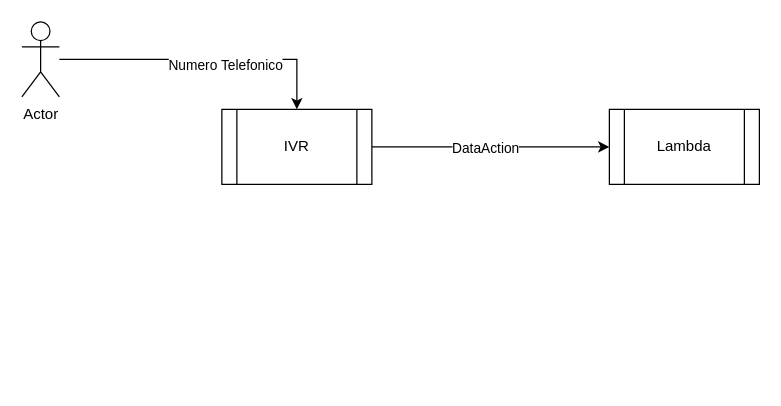
Above: Diagrama OSC.drawio in nonate/personalProject (draw.io), before the change. Source tidied: cells renumbered, new cells numbered last; positions are measured from the earlier drawing's top-left corner, leaving out a move shared by most shapes. Both pictures are drawn from the tidied source at 125%, with x=0, y=0 at pixel (21, 21).
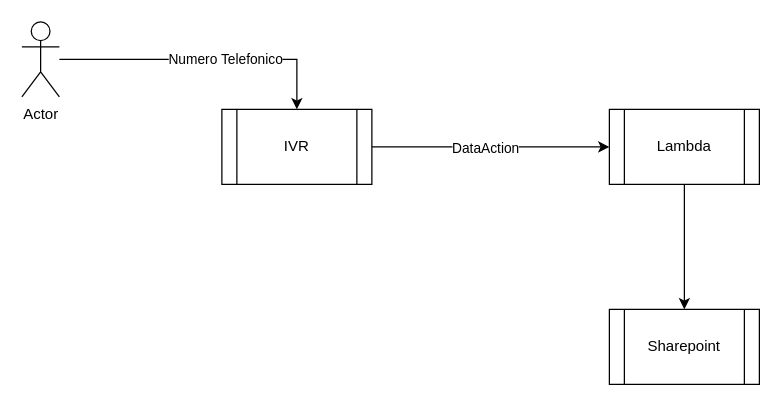
The same page after the edit.

The edit, as a diff of the source:
```diff
@@
 <mxGraphModel>
   <root>
     <mxCell id="0" />
     <mxCell id="1" parent="0" />
     <mxCell id="2" style="edgeStyle=orthogonalEdgeStyle;rounded=0;jettySize=auto;html=1;" parent="1" edge="1" source="4" target="8">
       <mxGeometry relative="1" as="geometry" />
     </mxCell>
     <mxCell id="3" value="DataAction" style="edgeLabel;html=1;align=center;verticalAlign=middle;" parent="2" vertex="1">
       <mxGeometry x="-0.2" y="-1" relative="1" as="geometry">
         <mxPoint x="14" y="-1" as="offset" />
       </mxGeometry>
     </mxCell>
     <mxCell id="4" value="IVR" style="shape=process;whiteSpace=wrap;html=1;backgroundOutline=1;" parent="1" vertex="1">
       <mxGeometry x="160" y="70" width="120" height="60" as="geometry" />
     </mxCell>
     <mxCell id="5" style="edgeStyle=orthogonalEdgeStyle;rounded=0;jettySize=auto;html=1;entryX=0.5;entryY=0;entryDx=0;entryDy=0;" parent="1" edge="1" source="7" target="4">
       <mxGeometry relative="1" as="geometry" />
     </mxCell>
     <mxCell id="6" value="Numero Telefonico" style="edgeLabel;html=1;align=center;verticalAlign=middle;" parent="5" vertex="1">
-      <mxGeometry x="0.15" y="-4" relative="1" as="geometry" />
+      <mxGeometry x="0.15" y="-4" relative="1" as="geometry">
+        <mxPoint y="-5" as="offset" />
+      </mxGeometry>
     </mxCell>
     <mxCell id="7" value="Actor" style="shape=umlActor;verticalLabelPosition=bottom;verticalAlign=top;html=1;outlineConnect=0;" parent="1" vertex="1">
       <mxGeometry width="30" height="60" as="geometry" />
     </mxCell>
+    <mxCell id="9" style="edgeStyle=orthogonalEdgeStyle;rounded=0;jettySize=auto;html=1;" parent="1" edge="1" source="8" target="10">
+      <mxGeometry relative="1" as="geometry" />
+    </mxCell>
     <mxCell id="8" value="Lambda" style="shape=process;whiteSpace=wrap;html=1;backgroundOutline=1;" parent="1" vertex="1">
       <mxGeometry x="470" y="70" width="120" height="60" as="geometry" />
     </mxCell>
+    <mxCell id="10" value="Sharepoint" style="shape=process;whiteSpace=wrap;html=1;backgroundOutline=1;" parent="1" vertex="1">
+      <mxGeometry x="470" y="230" width="120" height="60" as="geometry" />
+    </mxCell>
   </root>
 </mxGraphModel>
```
